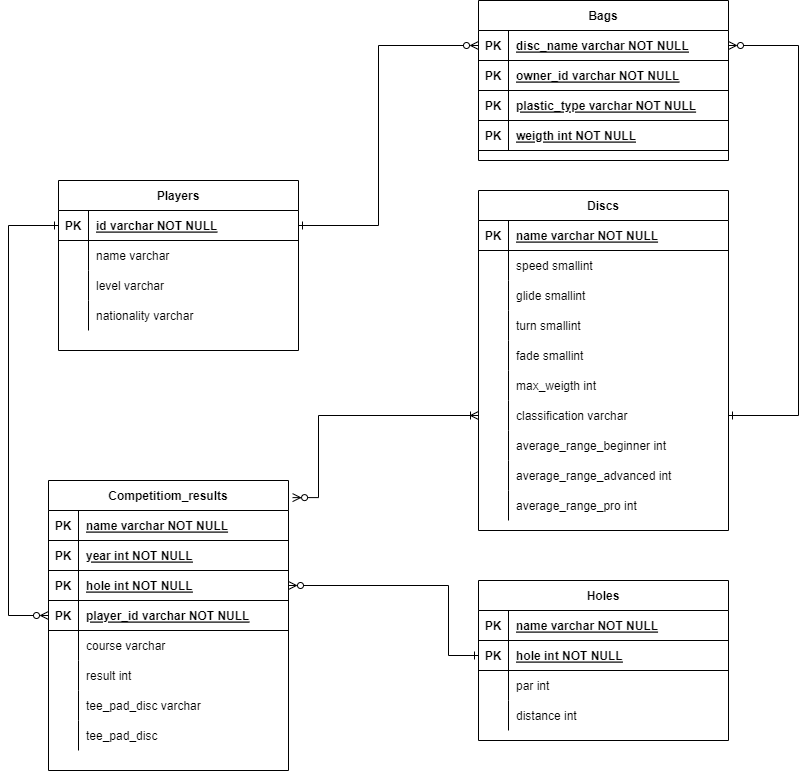
Earlier version of the draw.io export doc/schema.png (jg223fp/database_assignment3). Source tidied: cells renumbered, new cells last; positions are measured from the earlier drawing's top-left corner, leaving out a move shared by most shapes.
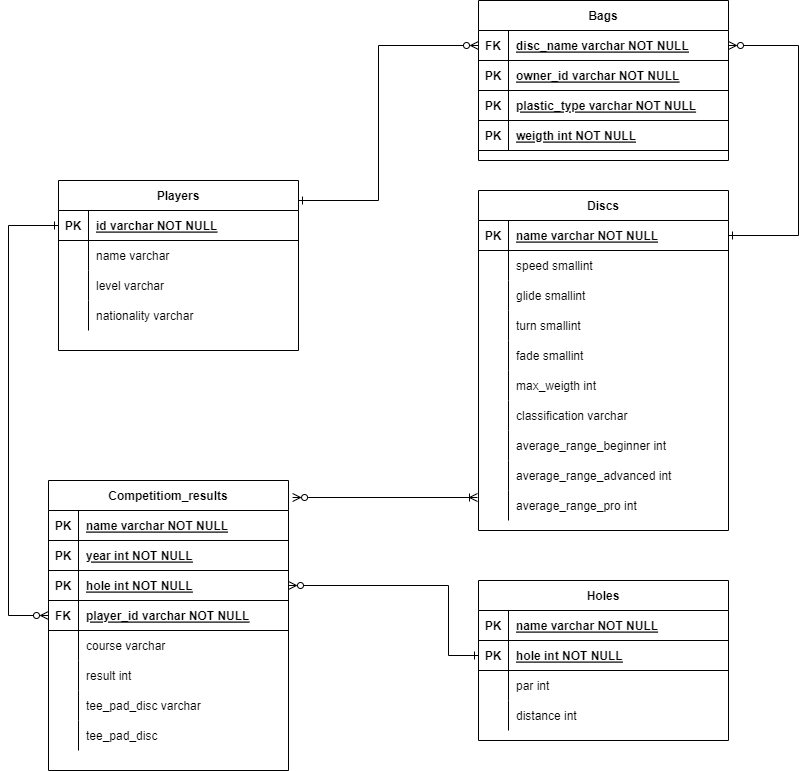
Later version of the same file.

Diff of the diagram source:
```diff
@@ -179,7 +179,7 @@
     <mxCell id="60" style="shape=partialRectangle;fillColor=none;points=[[0,0.5],[1,0.5]];portConstraint=eastwest;top=0;left=0;right=0;bottom=1;" parent="59" vertex="1">
       <mxGeometry y="30" width="250" height="30" as="geometry" />
     </mxCell>
-    <mxCell id="61" value="PK" style="shape=partialRectangle;overflow=hidden;fillColor=none;top=0;left=0;bottom=0;right=0;fontStyle=1;" parent="60" vertex="1">
+    <mxCell id="61" value="FK" style="shape=partialRectangle;overflow=hidden;fillColor=none;top=0;left=0;bottom=0;right=0;fontStyle=1;" parent="60" vertex="1">
       <mxGeometry width="30" height="30" as="geometry" />
     </mxCell>
     <mxCell id="62" value="disc_name varchar NOT NULL" style="shape=partialRectangle;overflow=hidden;fillColor=none;top=0;left=0;bottom=0;right=0;align=left;spacingLeft=6;fontStyle=5;" parent="60" vertex="1">
@@ -245,7 +245,7 @@
     <mxCell id="82" style="shape=partialRectangle;fillColor=none;points=[[0,0.5],[1,0.5]];portConstraint=eastwest;top=0;left=0;right=0;bottom=1;" parent="72" vertex="1">
       <mxGeometry y="120" width="240" height="30" as="geometry" />
     </mxCell>
-    <mxCell id="83" value="PK" style="shape=partialRectangle;overflow=hidden;fillColor=none;top=0;left=0;bottom=0;right=0;fontStyle=1;" parent="82" vertex="1">
+    <mxCell id="83" value="FK" style="shape=partialRectangle;overflow=hidden;fillColor=none;top=0;left=0;bottom=0;right=0;fontStyle=1;" parent="82" vertex="1">
       <mxGeometry width="30" height="30" as="geometry" />
     </mxCell>
     <mxCell id="84" value="player_id varchar NOT NULL" style="shape=partialRectangle;overflow=hidden;fillColor=none;top=0;left=0;bottom=0;right=0;align=left;spacingLeft=6;fontStyle=5;" parent="82" vertex="1">
@@ -287,19 +287,21 @@
     <mxCell id="96" value="tee_pad_disc" style="shape=partialRectangle;overflow=hidden;fillColor=none;top=0;left=0;bottom=0;right=0;align=left;spacingLeft=6;" parent="94" vertex="1">
       <mxGeometry x="30" width="210" height="30" as="geometry" />
     </mxCell>
-    <mxCell id="97" style="endArrow=ERzeroToMany;html=1;rounded=0;entryX=1;entryY=0.5;entryDx=0;entryDy=0;exitX=1;exitY=0.5;exitDx=0;exitDy=0;startArrow=ERone;startFill=0;endFill=0;edgeStyle=orthogonalEdgeStyle;" parent="1" edge="1" source="21" target="60">
+    <mxCell id="97" style="endArrow=ERzeroToMany;html=1;rounded=0;entryX=1;entryY=0.5;entryDx=0;entryDy=0;exitX=1;exitY=0.5;exitDx=0;exitDy=0;startArrow=ERone;startFill=0;endFill=0;edgeStyle=orthogonalEdgeStyle;" parent="1" edge="1" source="3" target="60">
       <mxGeometry relative="1" as="geometry">
         <Array as="points">
-          <mxPoint x="790" y="415" />
+          <mxPoint x="790" y="235" />
           <mxPoint x="790" y="45" />
         </Array>
       </mxGeometry>
     </mxCell>
-    <mxCell id="98" style="endArrow=ERone;html=1;rounded=0;entryX=1;entryY=0.5;entryDx=0;entryDy=0;exitX=0;exitY=0.5;exitDx=0;exitDy=0;startArrow=ERzeroToMany;startFill=0;endFill=0;edgeStyle=orthogonalEdgeStyle;" parent="1" edge="1" source="60" target="47">
+    <mxCell id="98" style="endArrow=ERone;html=1;rounded=0;exitX=0;exitY=0.5;exitDx=0;exitDy=0;startArrow=ERzeroToMany;startFill=0;endFill=0;edgeStyle=orthogonalEdgeStyle;" parent="1" edge="1" source="60">
       <mxGeometry relative="1" as="geometry">
+        <mxPoint x="290" y="200" as="targetPoint" />
         <Array as="points">
           <mxPoint x="370" y="45" />
-          <mxPoint x="370" y="225" />
+          <mxPoint x="370" y="200" />
+          <mxPoint x="290" y="200" />
         </Array>
       </mxGeometry>
     </mxCell>
@@ -318,11 +320,11 @@
         </Array>
       </mxGeometry>
     </mxCell>
-    <mxCell id="101" style="endArrow=ERoneToMany;html=1;rounded=0;entryX=0;entryY=0.5;entryDx=0;entryDy=0;exitX=1.017;exitY=0.059;exitDx=0;exitDy=0;exitPerimeter=0;edgeStyle=orthogonalEdgeStyle;startArrow=ERzeroToMany;startFill=0;endFill=0;" parent="1" edge="1" source="72" target="21">
+    <mxCell id="101" style="endArrow=ERoneToMany;html=1;rounded=0;exitX=1.017;exitY=0.059;exitDx=0;exitDy=0;exitPerimeter=0;edgeStyle=orthogonalEdgeStyle;startArrow=ERzeroToMany;startFill=0;endFill=0;" parent="1" edge="1" source="72">
       <mxGeometry relative="1" as="geometry">
+        <mxPoint x="469" y="497" as="targetPoint" />
         <Array as="points">
-          <mxPoint x="310" y="497" />
-          <mxPoint x="310" y="415" />
+          <mxPoint x="469" y="497" />
         </Array>
       </mxGeometry>
     </mxCell>
```
